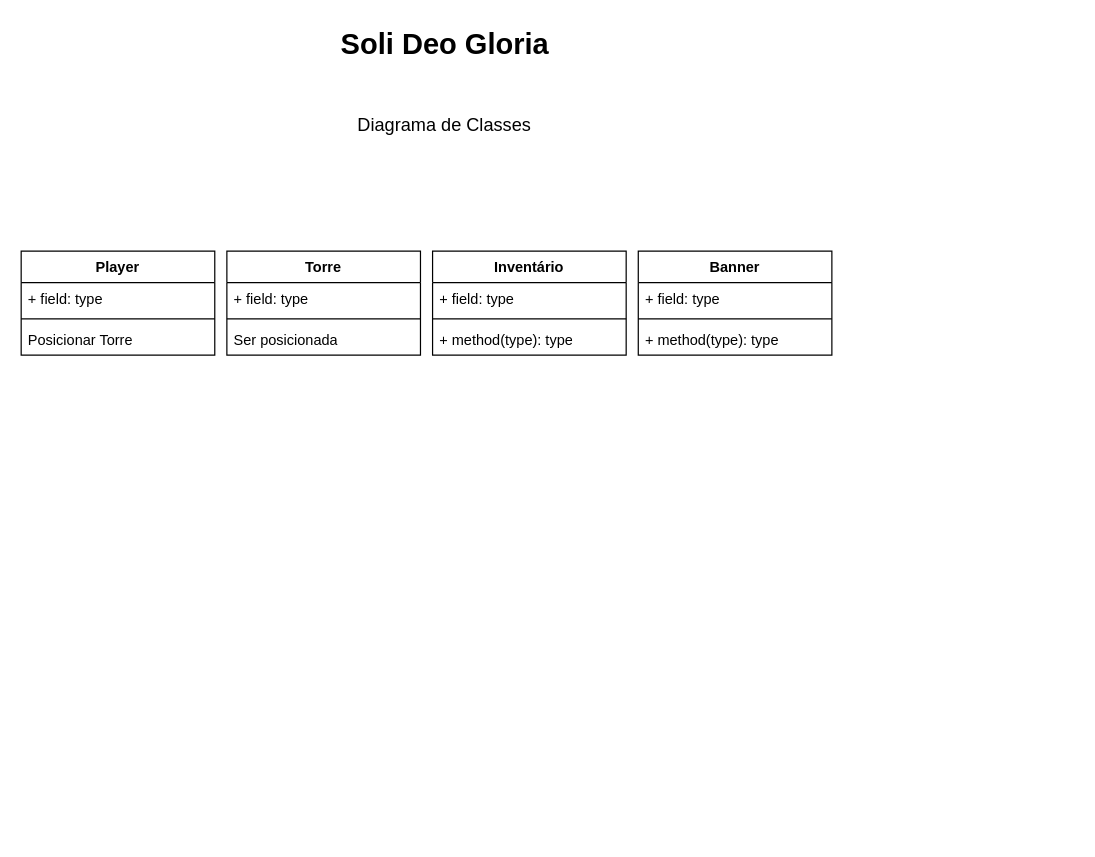
Before: Diagrama de Classes.drawio in DEV-0ne-Jao/Projeto-Integrador, a draw.io diagram. Source tidied: cells renumbered, new cells numbered last; positions are measured from the earlier drawing's top-left corner, leaving out a move shared by most shapes. Both pictures are drawn from the tidied source at 121%, with x=0, y=0 at pixel (21, 21).
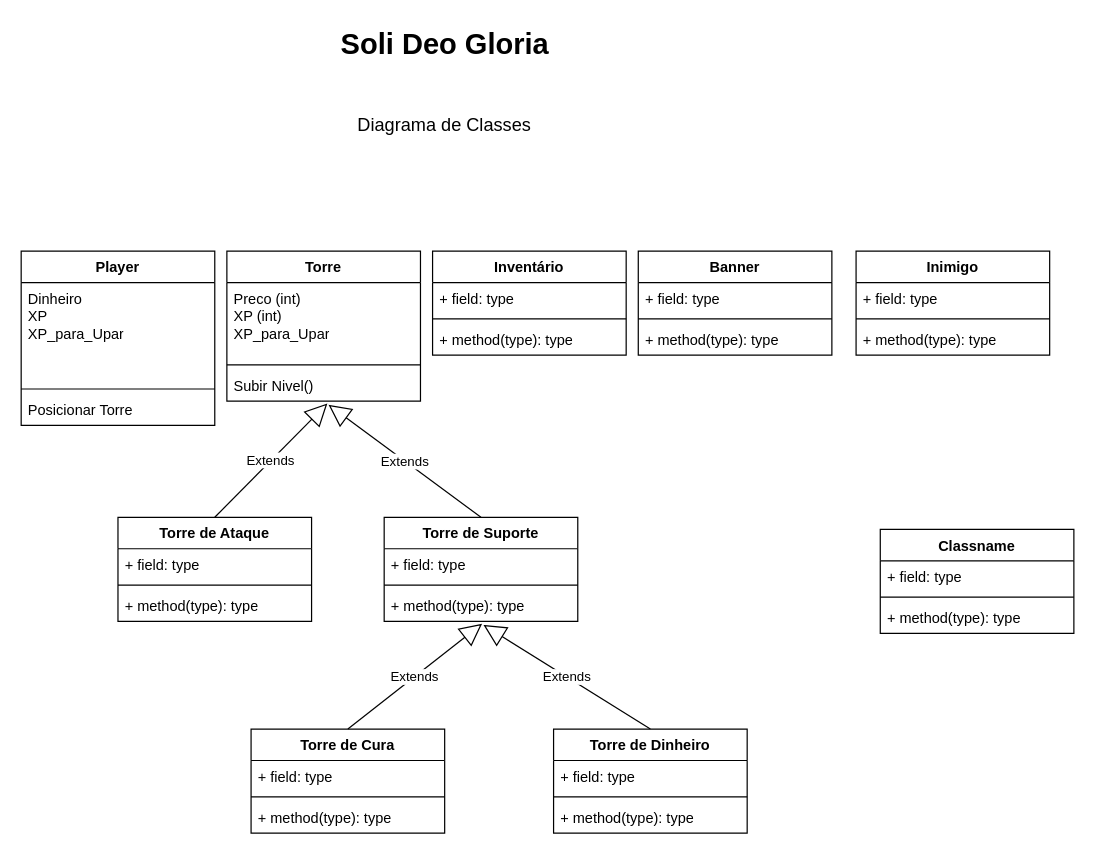
Above is the later version.

What changed in the source:
```diff
@@
     <mxCell id="4" value="Torre" style="swimlane;fontStyle=1;align=center;verticalAlign=top;horizontal=1;startSize=26;whiteSpace=wrap;html=1;" parent="1" vertex="1">
-      <mxGeometry x="170" y="190" width="160" height="86" as="geometry" />
+      <mxGeometry x="170" y="190" width="160" height="124" as="geometry" />
     </mxCell>
-    <mxCell id="5" value="+ field: type" style="text;strokeColor=none;fillColor=none;align=left;verticalAlign=top;spacingLeft=4;spacingRight=4;overflow=hidden;whiteSpace=wrap;html=1;" parent="4" vertex="1">
-      <mxGeometry y="26" width="160" height="26" as="geometry" />
+    <mxCell id="5" value="Preco (int)&lt;br&gt;XP (int)&lt;br&gt;XP_para_Upar" style="text;strokeColor=none;fillColor=none;align=left;verticalAlign=top;spacingLeft=4;spacingRight=4;overflow=hidden;whiteSpace=wrap;html=1;" parent="4" vertex="1">
+      <mxGeometry y="26" width="160" height="64" as="geometry" />
     </mxCell>
     <mxCell id="6" style="line;strokeWidth=1;fillColor=none;align=left;verticalAlign=middle;spacingTop=-1;spacingLeft=3;spacingRight=3;labelPosition=right;strokeColor=inherit;" parent="4" vertex="1">
-      <mxGeometry y="52" width="160" height="8" as="geometry" />
+      <mxGeometry y="90" width="160" height="8" as="geometry" />
     </mxCell>
-    <mxCell id="7" value="Ser posicionada" style="text;strokeColor=none;fillColor=none;align=left;verticalAlign=top;spacingLeft=4;spacingRight=4;overflow=hidden;points=[[0,0.5],[1,0.5]];portConstraint=eastwest;whiteSpace=wrap;html=1;" parent="4" vertex="1">
-      <mxGeometry y="60" width="160" height="26" as="geometry" />
+    <mxCell id="7" value="Subir Nivel()" style="text;strokeColor=none;fillColor=none;align=left;verticalAlign=top;spacingLeft=4;spacingRight=4;overflow=hidden;points=[[0,0.5],[1,0.5]];portConstraint=eastwest;whiteSpace=wrap;html=1;" parent="4" vertex="1">
+      <mxGeometry y="98" width="160" height="26" as="geometry" />
     </mxCell>
@@
     <mxCell id="12" value="Player" style="swimlane;fontStyle=1;align=center;verticalAlign=top;horizontal=1;startSize=26;whiteSpace=wrap;html=1;" parent="1" vertex="1">
-      <mxGeometry y="190" width="160" height="86" as="geometry" />
+      <mxGeometry y="190" width="160" height="144" as="geometry" />
     </mxCell>
-    <mxCell id="13" value="+ field: type" style="text;strokeColor=none;fillColor=none;align=left;verticalAlign=top;spacingLeft=4;spacingRight=4;overflow=hidden;whiteSpace=wrap;html=1;" parent="12" vertex="1">
-      <mxGeometry y="26" width="160" height="26" as="geometry" />
+    <mxCell id="13" value="Dinheiro&lt;br&gt;XP&lt;br&gt;XP_para_Upar" style="text;strokeColor=none;fillColor=none;align=left;verticalAlign=top;spacingLeft=4;spacingRight=4;overflow=hidden;whiteSpace=wrap;html=1;" parent="12" vertex="1">
+      <mxGeometry y="26" width="160" height="84" as="geometry" />
     </mxCell>
     <mxCell id="14" style="line;strokeWidth=1;fillColor=none;align=left;verticalAlign=middle;spacingTop=-1;spacingLeft=3;spacingRight=3;labelPosition=right;strokeColor=inherit;" parent="12" vertex="1">
-      <mxGeometry y="52" width="160" height="8" as="geometry" />
+      <mxGeometry y="110" width="160" height="8" as="geometry" />
     </mxCell>
     <mxCell id="15" value="Posicionar Torre" style="text;strokeColor=none;fillColor=none;align=left;verticalAlign=top;spacingLeft=4;spacingRight=4;overflow=hidden;whiteSpace=wrap;html=1;" parent="12" vertex="1">
-      <mxGeometry y="60" width="160" height="26" as="geometry" />
+      <mxGeometry y="118" width="160" height="26" as="geometry" />
     </mxCell>
@@
+    <mxCell id="20" value="Torre de Ataque" style="swimlane;fontStyle=1;align=center;verticalAlign=top;horizontal=1;startSize=26;whiteSpace=wrap;html=1;" parent="1" vertex="1">
+      <mxGeometry x="80" y="410" width="160" height="86" as="geometry" />
+    </mxCell>
+    <mxCell id="21" value="+ field: type" style="text;strokeColor=none;fillColor=none;align=left;verticalAlign=top;spacingLeft=4;spacingRight=4;overflow=hidden;whiteSpace=wrap;html=1;" parent="20" vertex="1">
+      <mxGeometry y="26" width="160" height="26" as="geometry" />
+    </mxCell>
+    <mxCell id="22" style="line;strokeWidth=1;fillColor=none;align=left;verticalAlign=middle;spacingTop=-1;spacingLeft=3;spacingRight=3;labelPosition=right;strokeColor=inherit;" parent="20" vertex="1">
+      <mxGeometry y="52" width="160" height="8" as="geometry" />
+    </mxCell>
+    <mxCell id="23" value="+ method(type): type" style="text;strokeColor=none;fillColor=none;align=left;verticalAlign=top;spacingLeft=4;spacingRight=4;overflow=hidden;whiteSpace=wrap;html=1;" parent="20" vertex="1">
+      <mxGeometry y="60" width="160" height="26" as="geometry" />
+    </mxCell>
+    <mxCell id="24" value="Torre de Suporte" style="swimlane;fontStyle=1;align=center;verticalAlign=top;horizontal=1;startSize=26;whiteSpace=wrap;html=1;" parent="1" vertex="1">
+      <mxGeometry x="300" y="410" width="160" height="86" as="geometry" />
+    </mxCell>
+    <mxCell id="25" value="+ field: type" style="text;strokeColor=none;fillColor=none;align=left;verticalAlign=top;spacingLeft=4;spacingRight=4;overflow=hidden;whiteSpace=wrap;html=1;" parent="24" vertex="1">
+      <mxGeometry y="26" width="160" height="26" as="geometry" />
+    </mxCell>
+    <mxCell id="26" style="line;strokeWidth=1;fillColor=none;align=left;verticalAlign=middle;spacingTop=-1;spacingLeft=3;spacingRight=3;labelPosition=right;strokeColor=inherit;" parent="24" vertex="1">
+      <mxGeometry y="52" width="160" height="8" as="geometry" />
+    </mxCell>
+    <mxCell id="27" value="+ method(type): type" style="text;strokeColor=none;fillColor=none;align=left;verticalAlign=top;spacingLeft=4;spacingRight=4;overflow=hidden;points=[[0,0.5],[1,0.5]];portConstraint=eastwest;whiteSpace=wrap;html=1;" parent="24" vertex="1">
+      <mxGeometry y="60" width="160" height="26" as="geometry" />
+    </mxCell>
+    <mxCell id="28" value="Extends" style="endArrow=block;endSize=16;endFill=0;html=1;rounded=0;exitX=0.5;exitY=0;exitDx=0;exitDy=0;entryX=0.519;entryY=1.077;entryDx=0;entryDy=0;entryPerimeter=0;" parent="1" edge="1" source="20" target="7">
+      <mxGeometry relative="1" as="geometry" />
+    </mxCell>
+    <mxCell id="29" value="Extends" style="endArrow=block;endSize=16;endFill=0;html=1;rounded=0;exitX=0.5;exitY=0;exitDx=0;exitDy=0;entryX=0.525;entryY=1.115;entryDx=0;entryDy=0;entryPerimeter=0;" parent="1" edge="1" source="24" target="7">
+      <mxGeometry relative="1" as="geometry" />
+    </mxCell>
+    <mxCell id="30" value="Inimigo" style="swimlane;fontStyle=1;align=center;verticalAlign=top;horizontal=1;startSize=26;whiteSpace=wrap;html=1;" parent="1" vertex="1">
+      <mxGeometry x="690" y="190" width="160" height="86" as="geometry" />
+    </mxCell>
+    <mxCell id="31" value="+ field: type" style="text;strokeColor=none;fillColor=none;align=left;verticalAlign=top;spacingLeft=4;spacingRight=4;overflow=hidden;whiteSpace=wrap;html=1;" parent="30" vertex="1">
+      <mxGeometry y="26" width="160" height="26" as="geometry" />
+    </mxCell>
+    <mxCell id="32" style="line;strokeWidth=1;fillColor=none;align=left;verticalAlign=middle;spacingTop=-1;spacingLeft=3;spacingRight=3;labelPosition=right;strokeColor=inherit;" parent="30" vertex="1">
+      <mxGeometry y="52" width="160" height="8" as="geometry" />
+    </mxCell>
+    <mxCell id="33" value="+ method(type): type" style="text;strokeColor=none;fillColor=none;align=left;verticalAlign=top;spacingLeft=4;spacingRight=4;overflow=hidden;whiteSpace=wrap;html=1;" parent="30" vertex="1">
+      <mxGeometry y="60" width="160" height="26" as="geometry" />
+    </mxCell>
+    <mxCell id="34" value="Classname" style="swimlane;fontStyle=1;align=center;verticalAlign=top;horizontal=1;startSize=26;whiteSpace=wrap;html=1;" parent="1" vertex="1">
+      <mxGeometry x="710" y="420" width="160" height="86" as="geometry" />
+    </mxCell>
+    <mxCell id="35" value="+ field: type" style="text;strokeColor=none;fillColor=none;align=left;verticalAlign=top;spacingLeft=4;spacingRight=4;overflow=hidden;whiteSpace=wrap;html=1;" parent="34" vertex="1">
+      <mxGeometry y="26" width="160" height="26" as="geometry" />
+    </mxCell>
+    <mxCell id="36" style="line;strokeWidth=1;fillColor=none;align=left;verticalAlign=middle;spacingTop=-1;spacingLeft=3;spacingRight=3;labelPosition=right;strokeColor=inherit;" parent="34" vertex="1">
+      <mxGeometry y="52" width="160" height="8" as="geometry" />
+    </mxCell>
+    <mxCell id="37" value="+ method(type): type" style="text;strokeColor=none;fillColor=none;align=left;verticalAlign=top;spacingLeft=4;spacingRight=4;overflow=hidden;whiteSpace=wrap;html=1;" parent="34" vertex="1">
+      <mxGeometry y="60" width="160" height="26" as="geometry" />
+    </mxCell>
+    <mxCell id="38" value="Torre de Cura" style="swimlane;fontStyle=1;align=center;verticalAlign=top;horizontal=1;startSize=26;whiteSpace=wrap;html=1;" parent="1" vertex="1">
+      <mxGeometry x="190" y="585" width="160" height="86" as="geometry" />
+    </mxCell>
+    <mxCell id="39" value="+ field: type" style="text;strokeColor=none;fillColor=none;align=left;verticalAlign=top;spacingLeft=4;spacingRight=4;overflow=hidden;whiteSpace=wrap;html=1;" parent="38" vertex="1">
+      <mxGeometry y="26" width="160" height="26" as="geometry" />
+    </mxCell>
+    <mxCell id="40" style="line;strokeWidth=1;fillColor=none;align=left;verticalAlign=middle;spacingTop=-1;spacingLeft=3;spacingRight=3;labelPosition=right;strokeColor=inherit;" parent="38" vertex="1">
+      <mxGeometry y="52" width="160" height="8" as="geometry" />
+    </mxCell>
+    <mxCell id="41" value="+ method(type): type" style="text;strokeColor=none;fillColor=none;align=left;verticalAlign=top;spacingLeft=4;spacingRight=4;overflow=hidden;whiteSpace=wrap;html=1;" parent="38" vertex="1">
+      <mxGeometry y="60" width="160" height="26" as="geometry" />
+    </mxCell>
+    <mxCell id="42" value="Torre de Dinheiro" style="swimlane;fontStyle=1;align=center;verticalAlign=top;horizontal=1;startSize=26;whiteSpace=wrap;html=1;" parent="1" vertex="1">
+      <mxGeometry x="440" y="585" width="160" height="86" as="geometry" />
+    </mxCell>
+    <mxCell id="43" value="+ field: type" style="text;strokeColor=none;fillColor=none;align=left;verticalAlign=top;spacingLeft=4;spacingRight=4;overflow=hidden;whiteSpace=wrap;html=1;" parent="42" vertex="1">
+      <mxGeometry y="26" width="160" height="26" as="geometry" />
+    </mxCell>
+    <mxCell id="44" style="line;strokeWidth=1;fillColor=none;align=left;verticalAlign=middle;spacingTop=-1;spacingLeft=3;spacingRight=3;labelPosition=right;strokeColor=inherit;" parent="42" vertex="1">
+      <mxGeometry y="52" width="160" height="8" as="geometry" />
+    </mxCell>
+    <mxCell id="45" value="+ method(type): type" style="text;strokeColor=none;fillColor=none;align=left;verticalAlign=top;spacingLeft=4;spacingRight=4;overflow=hidden;whiteSpace=wrap;html=1;" parent="42" vertex="1">
+      <mxGeometry y="60" width="160" height="26" as="geometry" />
+    </mxCell>
+    <mxCell id="46" value="Extends" style="endArrow=block;endSize=16;endFill=0;html=1;rounded=0;exitX=0.5;exitY=0;exitDx=0;exitDy=0;entryX=0.506;entryY=1.077;entryDx=0;entryDy=0;entryPerimeter=0;" parent="1" edge="1" source="38" target="27">
+      <mxGeometry relative="1" as="geometry" />
+    </mxCell>
+    <mxCell id="47" value="Extends" style="endArrow=block;endSize=16;endFill=0;html=1;rounded=0;exitX=0.5;exitY=0;exitDx=0;exitDy=0;entryX=0.513;entryY=1.115;entryDx=0;entryDy=0;entryPerimeter=0;" parent="1" edge="1" source="42" target="27">
+      <mxGeometry relative="1" as="geometry" />
+    </mxCell>
```
